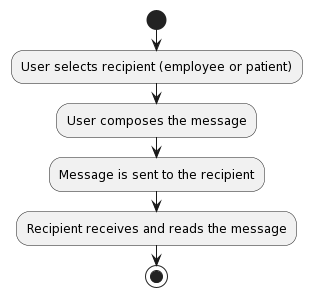
This is Lab1.2/ActivityDiagram/Send Messages.png from baonehe/SE357-Pratice-class, a PlantUML export, as it was before one commit.
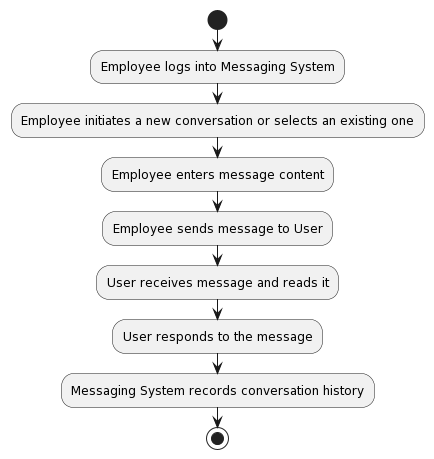
After the commit.

The edit, as a diff of the source:
```diff
@@ -1,10 +1,16 @@
 @startuml
-!define SEND_MESSAGES <<(A,blue) Send Messages>>
+skinparam activity {
+  BackgroundColor<<message>> LightSkyBlue
+  BorderColor<<message>> RoyalBlue
+}
 
 start
-:User selects recipient (employee or patient);
-:User composes the message;
-:Message is sent to the recipient;
-:Recipient receives and reads the message;
+:Employee logs into Messaging System;
+:Employee initiates a new conversation or selects an existing one;
+:Employee enters message content;
+:Employee sends message to User;
+:User receives message and reads it;
+:User responds to the message;
+:Messaging System records conversation history;
 stop
 @enduml
```
